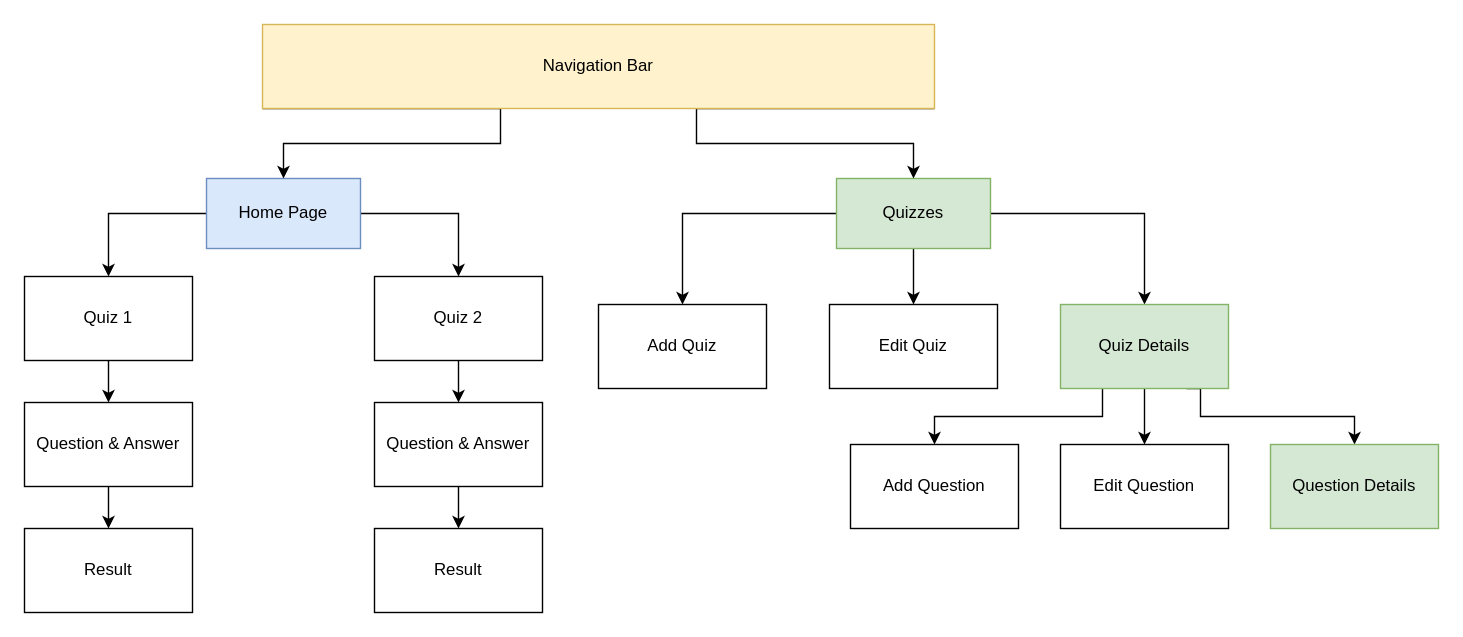
Above: page "WebPage Flow" (3 of 4) of diagrams/sprint2-project-diagram.drawio in full-stack-devs-learn/niantic-2024-sprint-2-team-3 (draw.io), before the change. Source tidied: cells renumbered, new cells numbered last; positions are measured from the earlier drawing's top-left corner, leaving out a move shared by most shapes. Both pictures are drawn from the tidied source at 140%, with x=0, y=0 at pixel (24, 24).
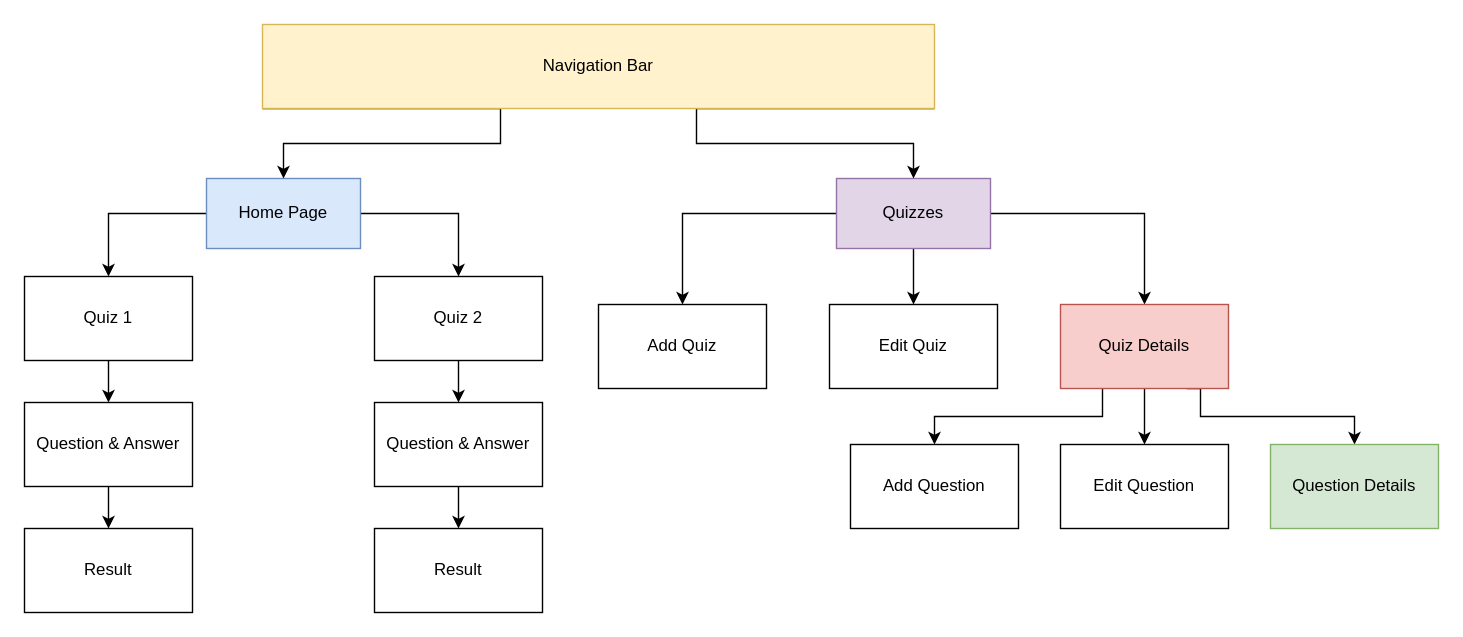
Above is the later version.

Change to the diagram source:
```diff
@@
-    <mxCell id="18" value="Quizzes" style="html=1;whiteSpace=wrap;fillColor=#d5e8d4;strokeColor=#82b366;" parent="1" vertex="1">
+    <mxCell id="18" value="Quizzes" style="html=1;whiteSpace=wrap;fillColor=#e1d5e7;strokeColor=#9673a6;" parent="1" vertex="1">
       <mxGeometry x="580" y="110" width="110" height="50" as="geometry" />
     </mxCell>
@@
-    <mxCell id="24" value="Quiz Details" style="whiteSpace=wrap;html=1;fillColor=#d5e8d4;strokeColor=#82b366;" parent="1" vertex="1">
+    <mxCell id="24" value="Quiz Details" style="whiteSpace=wrap;html=1;fillColor=#f8cecc;strokeColor=#b85450;" parent="1" vertex="1">
       <mxGeometry x="740" y="200" width="120" height="60" as="geometry" />
     </mxCell>
```
